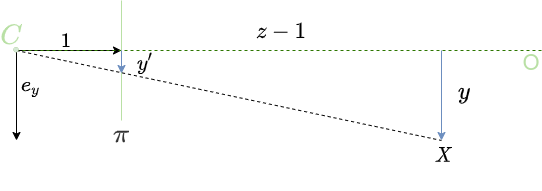
Earlier version of the draw.io export graphics/td_scene_yz.png (Myralllka/bachelor_thesis). Source tidied: cells renumbered, new cells last; positions are measured from the earlier drawing's top-left corner, leaving out a move shared by most shapes.
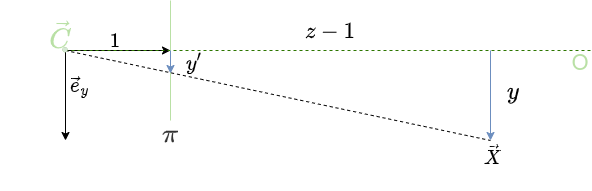
Above is the later version.

Diff of the diagram source:
```diff
@@ -14,7 +14,7 @@
         <mxPoint x="120" y="50" as="targetPoint" />
       </mxGeometry>
     </mxCell>
-    <mxCell id="4" value="&lt;font color=&quot;#b9e0a5&quot;&gt;$$C$$&lt;/font&gt;" style="text;html=1;strokeColor=none;fillColor=none;align=center;verticalAlign=middle;whiteSpace=wrap;rounded=0;fontSize=22;" parent="1" vertex="1">
+    <mxCell id="4" value="&lt;font color=&quot;#b9e0a5&quot;&gt;$$\vec{C}$$&lt;/font&gt;" style="text;html=1;strokeColor=none;fillColor=none;align=center;verticalAlign=middle;whiteSpace=wrap;rounded=0;fontSize=22;" parent="1" vertex="1">
       <mxGeometry y="27.2" width="20" height="17.5" as="geometry" />
     </mxCell>
     <mxCell id="5" style="endArrow=none;html=1;rounded=0;fontSize=22;fontColor=#B9E0A5;strokeColor=#2D7600;dashed=1;endFill=0;fillColor=#60a917;" parent="1" edge="1">
@@ -26,10 +26,10 @@
     <mxCell id="6" value="&lt;font color=&quot;#b9e0a5&quot;&gt;O&lt;/font&gt;" style="text;html=1;strokeColor=none;fillColor=none;align=center;verticalAlign=middle;whiteSpace=wrap;rounded=0;fontSize=22;" parent="1" vertex="1">
       <mxGeometry x="520" y="54" width="20" height="17.5" as="geometry" />
     </mxCell>
-    <mxCell id="7" value="&lt;font style=&quot;font-size: 16px&quot;&gt;$$X$$&lt;/font&gt;" style="text;html=1;align=center;verticalAlign=middle;whiteSpace=wrap;rounded=0;fontSize=13;" parent="1" vertex="1">
+    <mxCell id="7" value="&lt;font style=&quot;font-size: 16px&quot;&gt;$$\vec{X}$$&lt;/font&gt;" style="text;html=1;align=center;verticalAlign=middle;whiteSpace=wrap;rounded=0;fontSize=13;" parent="1" vertex="1">
       <mxGeometry x="410" y="120" width="65" height="70" as="geometry" />
     </mxCell>
-    <mxCell id="8" value="&lt;font color=&quot;#000000&quot;&gt;&lt;span style=&quot;font-size: 16px&quot;&gt;$$e_y$$&lt;/span&gt;&lt;/font&gt;" style="text;html=1;strokeColor=none;fillColor=none;align=center;verticalAlign=middle;whiteSpace=wrap;rounded=0;sketch=0;fontSize=13;fontColor=#B9E0A5;" parent="1" vertex="1">
+    <mxCell id="8" value="&lt;font color=&quot;#000000&quot;&gt;&lt;span style=&quot;font-size: 16px&quot;&gt;$$\vec{e}_y$$&lt;/span&gt;&lt;/font&gt;" style="text;html=1;strokeColor=none;fillColor=none;align=center;verticalAlign=middle;whiteSpace=wrap;rounded=0;sketch=0;fontSize=13;fontColor=#B9E0A5;" parent="1" vertex="1">
       <mxGeometry y="71.5" width="60" height="30" as="geometry" />
     </mxCell>
     <mxCell id="9" style="endArrow=none;html=1;rounded=0;fontSize=13;fontColor=#000000;strokeColor=#B9E0A5;strokeWidth=1;jumpSize=6;exitX=0.5;exitY=0;exitDx=0;exitDy=0;" parent="1" edge="1" source="10">
```
